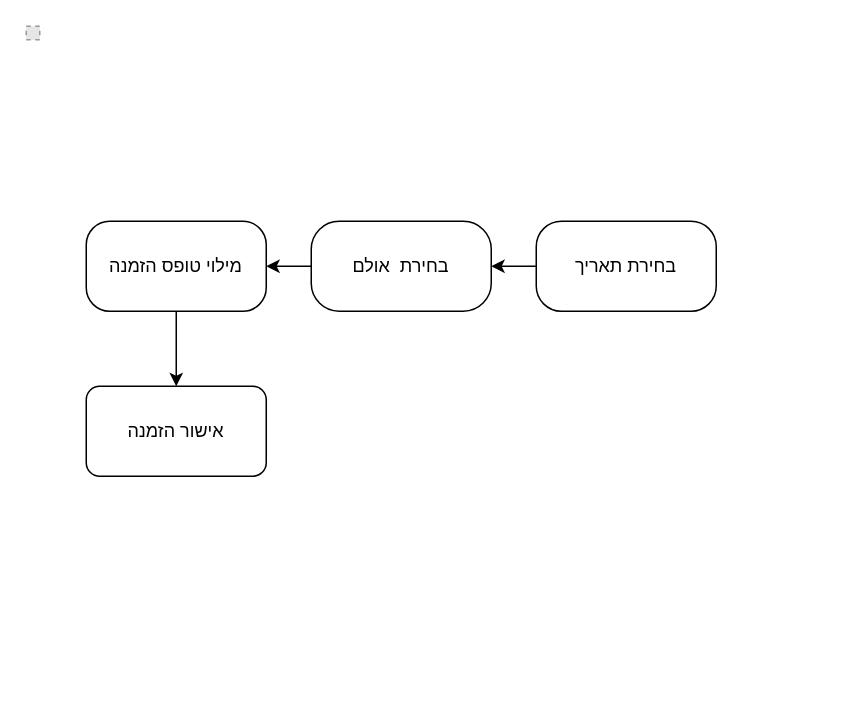
MosheYitzhakov/booking-halls keeps this draw.io diagram as page "Flow Data client" (1 of 3) of Diagrams/orderHallSD.drawio. Above is the earlier version. Source tidied: cells renumbered, new cells numbered last; positions are measured from the earlier drawing's top-left corner, leaving out a move shared by most shapes. Both pictures are drawn from the tidied source at 150%, with x=0, y=0 at pixel (26, 26). Pictures stored in the file or linked from it are replaced by grey dashed boxes.
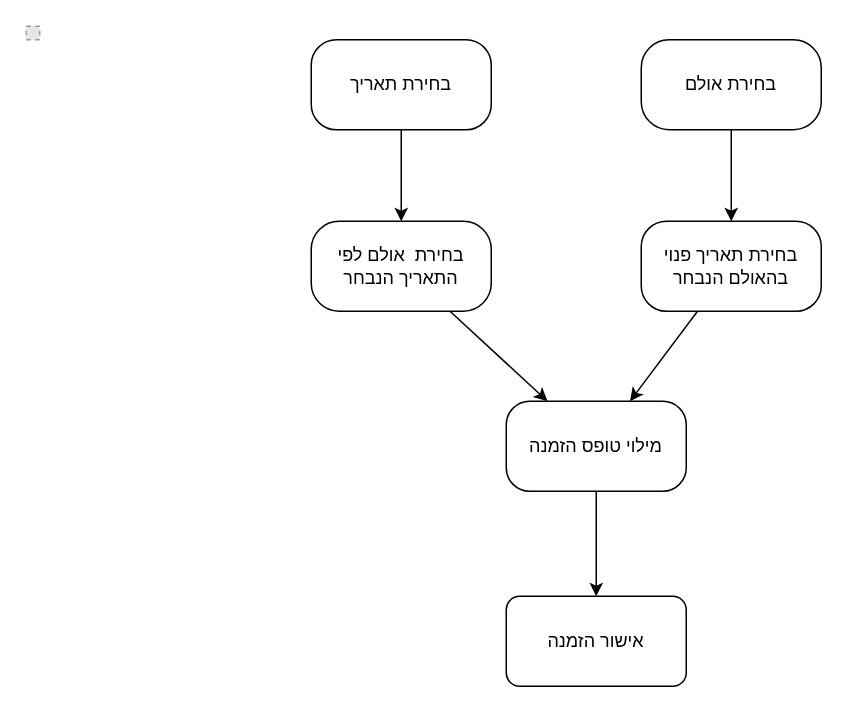
The same diagram, later.

Diff of the diagram source:
```diff
@@
 <mxGraphModel>
   <root>
     <mxCell id="0" />
     <mxCell id="1" parent="0" />
     <mxCell id="2" style="fillColor=#E6E6E6;strokeColor=#999999;dashed=1;verticalLabelPosition=bottom;labelBackgroundColor=default;verticalAlign=top;" parent="1" vertex="1">
       <mxGeometry width="9" height="9" as="geometry" />
     </mxCell>
     <mxCell id="3" style="edgeStyle=none;html=1;" parent="1" edge="1" source="4" target="6">
       <mxGeometry relative="1" as="geometry" />
     </mxCell>
     <mxCell id="4" value="בחירת תאריך" style="rounded=1;whiteSpace=wrap;html=1;arcSize=28;" parent="1" vertex="1">
-      <mxGeometry x="340" y="130" width="120" height="60" as="geometry" />
+      <mxGeometry x="190" y="9" width="120" height="60" as="geometry" />
     </mxCell>
     <mxCell id="5" style="edgeStyle=none;html=1;" parent="1" edge="1" source="6" target="8">
       <mxGeometry relative="1" as="geometry" />
     </mxCell>
-    <mxCell id="6" value="בחירת&amp;nbsp; אולם" style="rounded=1;whiteSpace=wrap;html=1;arcSize=31;" parent="1" vertex="1">
+    <mxCell id="6" value="בחירת&amp;nbsp; אולם לפי התאריך הנבחר" style="rounded=1;whiteSpace=wrap;html=1;arcSize=31;" parent="1" vertex="1">
       <mxGeometry x="190" y="130" width="120" height="60" as="geometry" />
     </mxCell>
     <mxCell id="7" style="edgeStyle=none;html=1;" parent="1" edge="1" source="8" target="9">
       <mxGeometry relative="1" as="geometry" />
     </mxCell>
     <mxCell id="8" value="מילוי טופס הזמנה" style="rounded=1;whiteSpace=wrap;html=1;arcSize=26;" parent="1" vertex="1">
-      <mxGeometry x="40" y="130" width="120" height="60" as="geometry" />
+      <mxGeometry x="320" y="250" width="120" height="60" as="geometry" />
     </mxCell>
     <mxCell id="9" value="אישור הזמנה" style="rounded=1;whiteSpace=wrap;html=1;" parent="1" vertex="1">
-      <mxGeometry x="40" y="240" width="120" height="60" as="geometry" />
+      <mxGeometry x="320" y="380" width="120" height="60" as="geometry" />
     </mxCell>
+    <mxCell id="10" style="edgeStyle=none;html=1;" parent="1" edge="1" source="11" target="8">
+      <mxGeometry relative="1" as="geometry" />
+    </mxCell>
+    <mxCell id="11" value="בחירת תאריך פנוי בהאולם הנבחר" style="rounded=1;whiteSpace=wrap;html=1;arcSize=28;" parent="1" vertex="1">
+      <mxGeometry x="410" y="130" width="120" height="60" as="geometry" />
+    </mxCell>
+    <mxCell id="12" style="edgeStyle=none;html=1;" parent="1" edge="1" source="13" target="11">
+      <mxGeometry relative="1" as="geometry" />
+    </mxCell>
+    <mxCell id="13" value="בחירת אולם" style="rounded=1;whiteSpace=wrap;html=1;arcSize=31;" parent="1" vertex="1">
+      <mxGeometry x="410" y="9" width="120" height="60" as="geometry" />
+    </mxCell>
   </root>
 </mxGraphModel>
```
